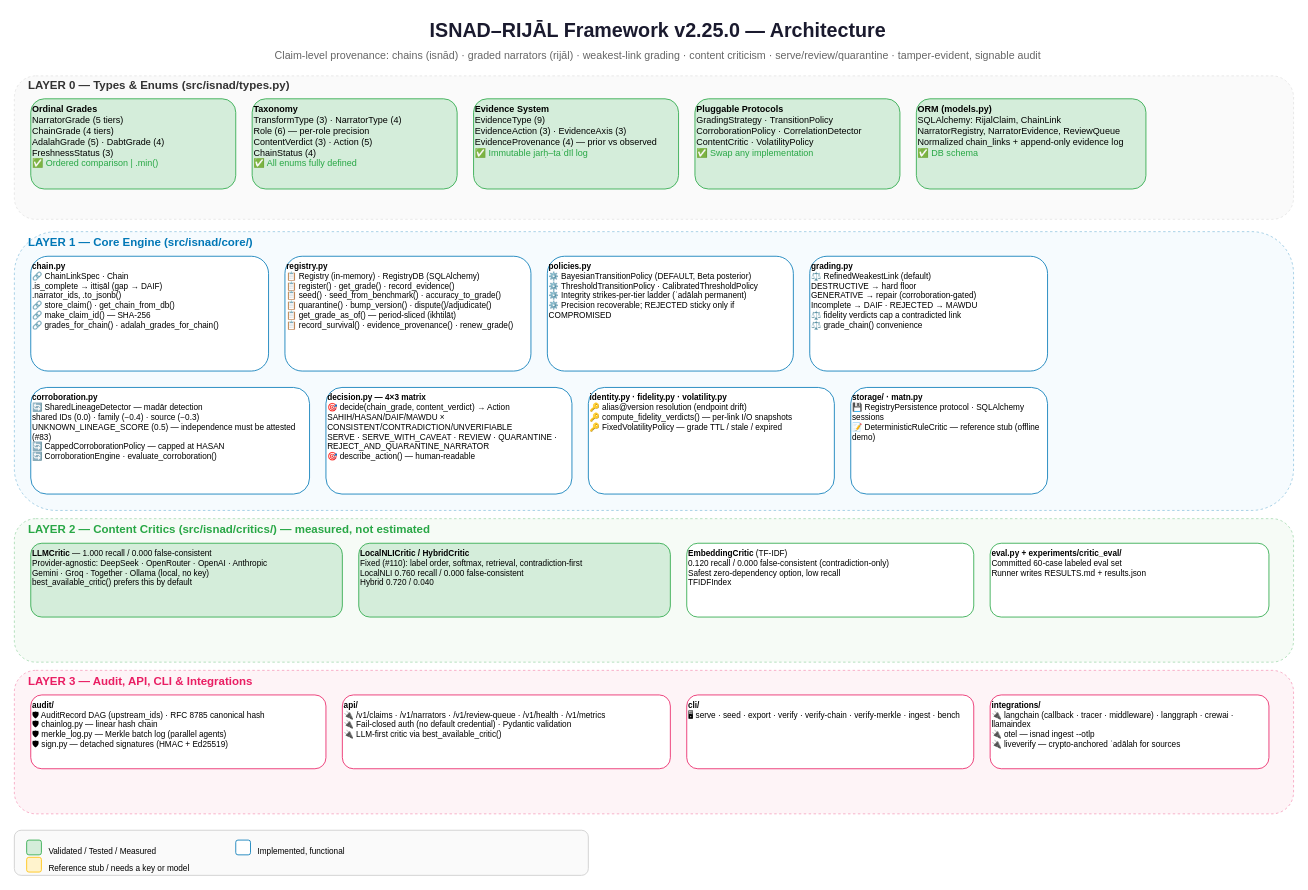
Earlier version of the draw.io diagram page "1. System Architecture" (1 of 3) of docs/ARCHITECTURE.drawio (alizahidraja/isnad). Source tidied: cells renumbered, new cells numbered last; positions are measured from the earlier drawing's top-left corner, leaving out a move shared by most shapes. Both pictures are drawn from the tidied source at 82%, with x=0, y=0 at pixel (14, 14).
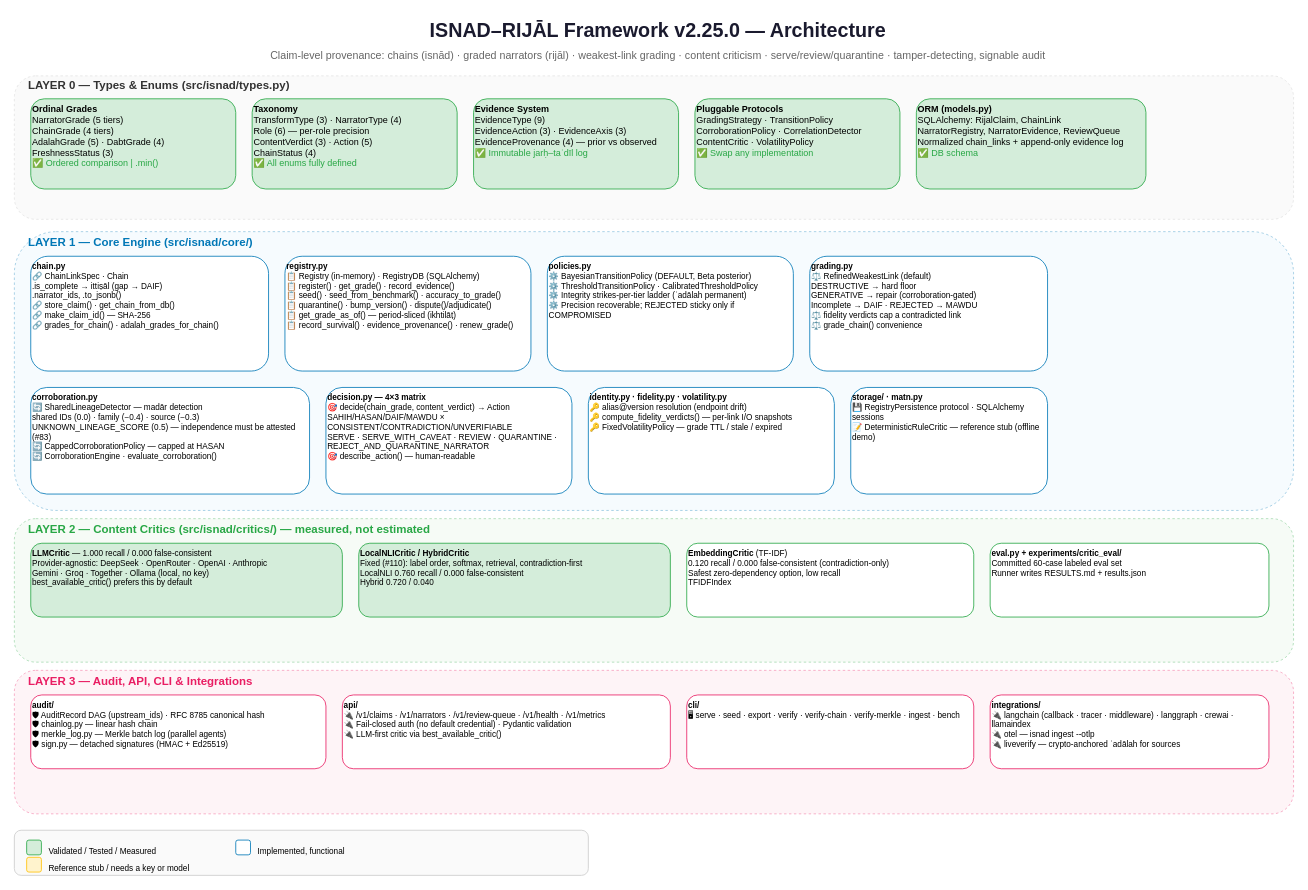
The same diagram, later.

Diff of the diagram source:
```diff
@@
-    <mxCell id="3" value="Claim-level provenance: chains (isnād) · graded narrators (rijāl) · weakest-link grading · content criticism · serve/review/quarantine · tamper-evident, signable audit" style="text;html=1;strokeColor=none;fillColor=none;align=center;verticalAlign=middle;whiteSpace=wrap;rounded=0;fontSize=13;fontColor=#666666;" parent="1" vertex="1">
+    <mxCell id="3" value="Claim-level provenance: chains (isnād) · graded narrators (rijāl) · weakest-link grading · content criticism · serve/review/quarantine · tamper-detecting, signable audit" style="text;html=1;strokeColor=none;fillColor=none;align=center;verticalAlign=middle;whiteSpace=wrap;rounded=0;fontSize=13;fontColor=#666666;" parent="1" vertex="1">
       <mxGeometry x="210" y="40" width="1150" height="20" as="geometry" />
     </mxCell>
```
